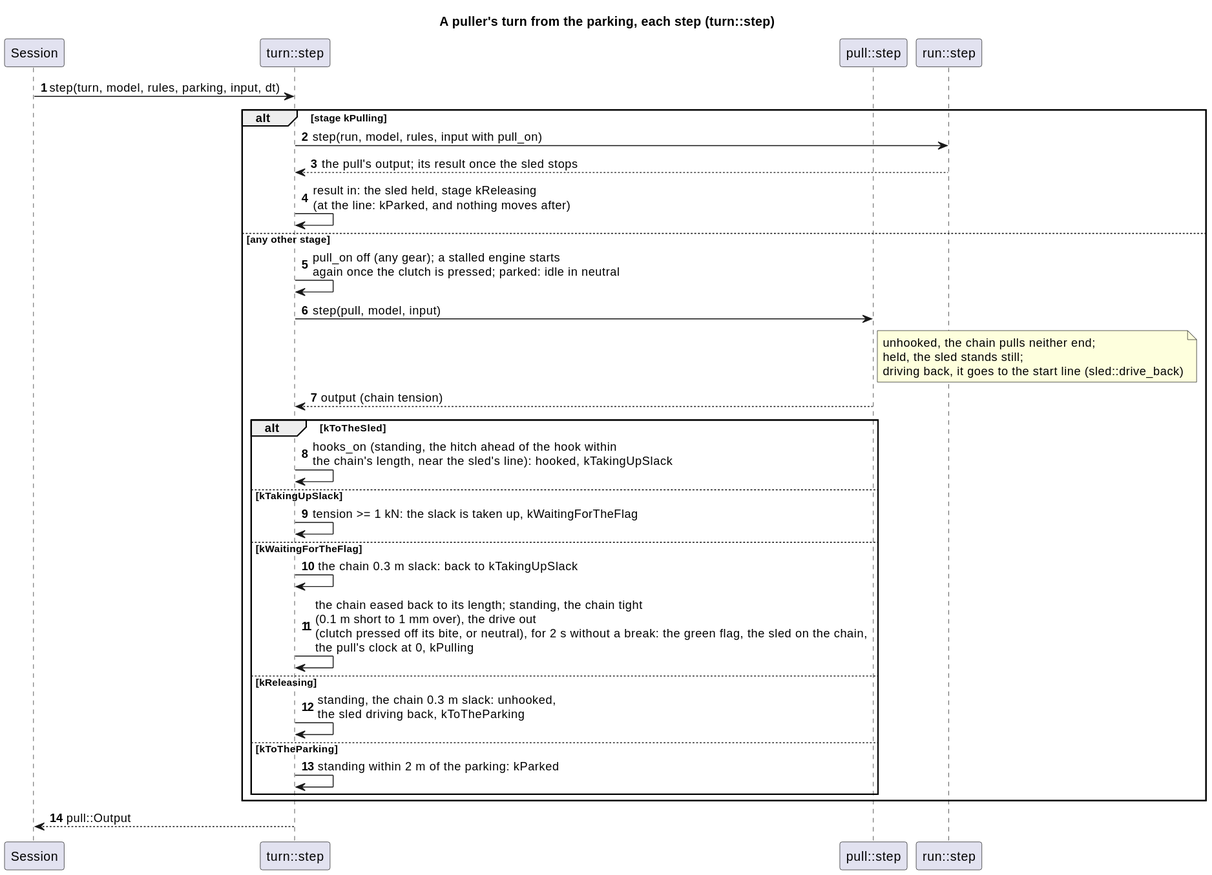
The PlantUML diagram docs/diagrams/svg/turn_sequence.svg in wversteeg/TractorPulling, before a commit.
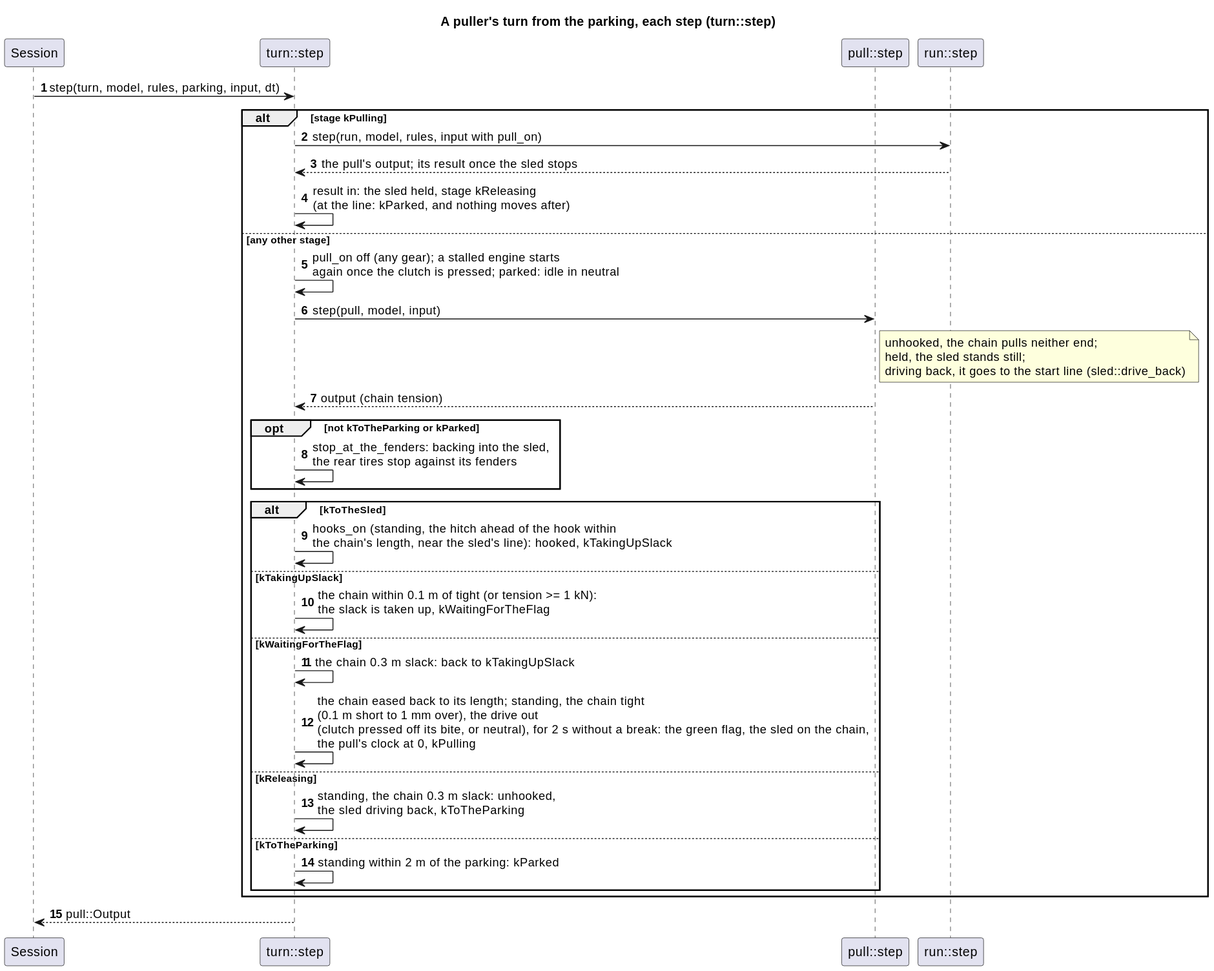
After the change.

What changed in the source:
```diff
@@ -20,10 +20,13 @@
     driving back, it goes to the start line (sled::drive_back)
   end note
   Pull --> Turn : output (chain tension)
+  opt not kToTheParking or kParked
+    Turn -> Turn : stop_at_the_fenders: backing into the sled,\nthe rear tires stop against its fenders
+  end
   alt kToTheSled
     Turn -> Turn : hooks_on (standing, the hitch ahead of the hook within\nthe chain's length, near the sled's line): hooked, kTakingUpSlack
   else kTakingUpSlack
-    Turn -> Turn : tension >= 1 kN: the slack is taken up, kWaitingForTheFlag
+    Turn -> Turn : the chain within 0.1 m of tight (or tension >= 1 kN):\nthe slack is taken up, kWaitingForTheFlag
   else kWaitingForTheFlag
     Turn -> Turn : the chain 0.3 m slack: back to kTakingUpSlack
     Turn -> Turn : the chain eased back to its length; standing, the chain tight\n(0.1 m short to 1 mm over), the drive out\n(clutch pressed off its bite, or neutral), for 2 s without a break: the green flag, the sled on the chain,\nthe pull's clock at 0, kPulling
```
